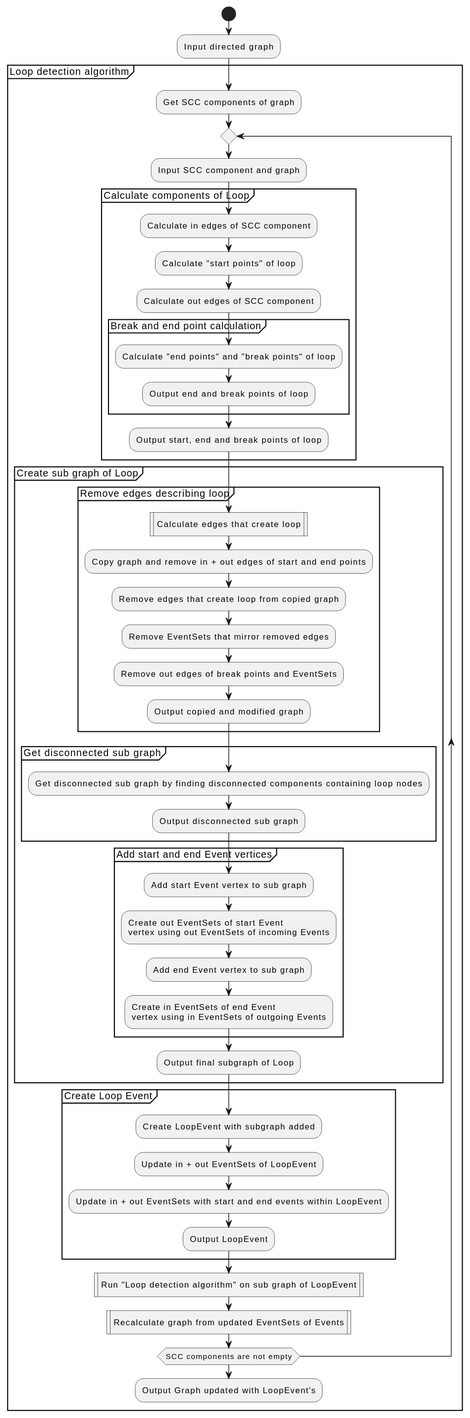
Before: docs/development/design/1-DN-SCC_loop_detection/Algorithm_Overview.svg, a diagram exported from PlantUML (xtuml/otel2puml).
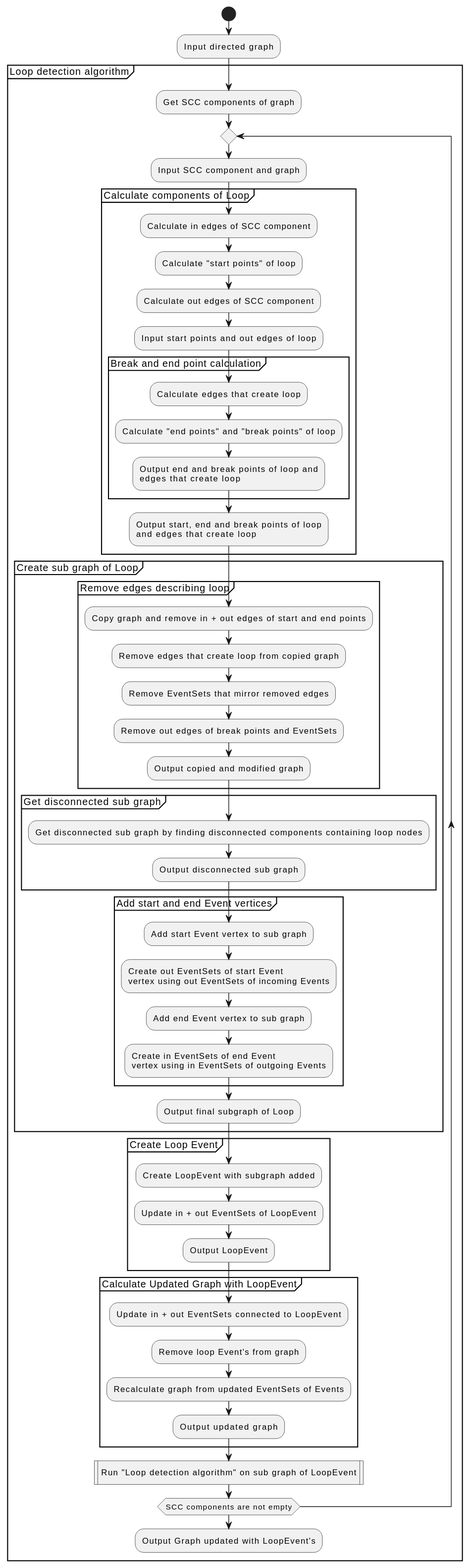
After the commit.

Commit message:
CDSTP-57 Updated design doc to contain required functions with call graph, updated class diagram and updated algorithm overview

Change to the diagram source:
```diff
@@ -1,5 +1,6 @@
 @startuml
     start
+    label loop_detection_algorithm
     :Input directed graph;
     partition "Loop detection algorithm" {
         :Get SCC components of graph;
@@ -9,15 +10,16 @@
                 :Calculate in edges of SCC component;
                 :Calculate "start points" of loop;
                 :Calculate out edges of SCC component;
+                :Input start points and out edges of loop;
                 partition "Break and end point calculation" {
+                    :Calculate edges that create loop;
                     :Calculate "end points" and "break points" of loop;
-                    :Output end and break points of loop;
+                    :Output end and break points of loop and\nedges that create loop;
                 }
-                :Output start, end and break points of loop;
+                :Output start, end and break points of loop\nand edges that create loop;
             }
             partition "Create sub graph of Loop" {
                 partition "Remove edges describing loop" {
-                    :Calculate edges that create loop|
                     :Copy graph and remove in + out edges of start and end points;
                     :Remove edges that create loop from copied graph;
                     :Remove EventSets that mirror removed edges;
@@ -39,11 +41,15 @@
             partition "Create Loop Event" {
                 :Create LoopEvent with subgraph added;
                 :Update in + out EventSets of LoopEvent;
-                :Update in + out EventSets with start and end events within LoopEvent;
                 :Output LoopEvent;
             }
+            partition "Calculate Updated Graph with LoopEvent" {
+                :Update in + out EventSets connected to LoopEvent;
+                :Remove loop Event's from graph;
+                :Recalculate graph from updated EventSets of Events;
+                :Output updated graph;
+            }
             :Run "Loop detection algorithm" on sub graph of LoopEvent|
-            :Recalculate graph from updated EventSets of Events|
         repeat while (SCC components are not empty)
         :Output Graph updated with LoopEvent's;
     }
```
